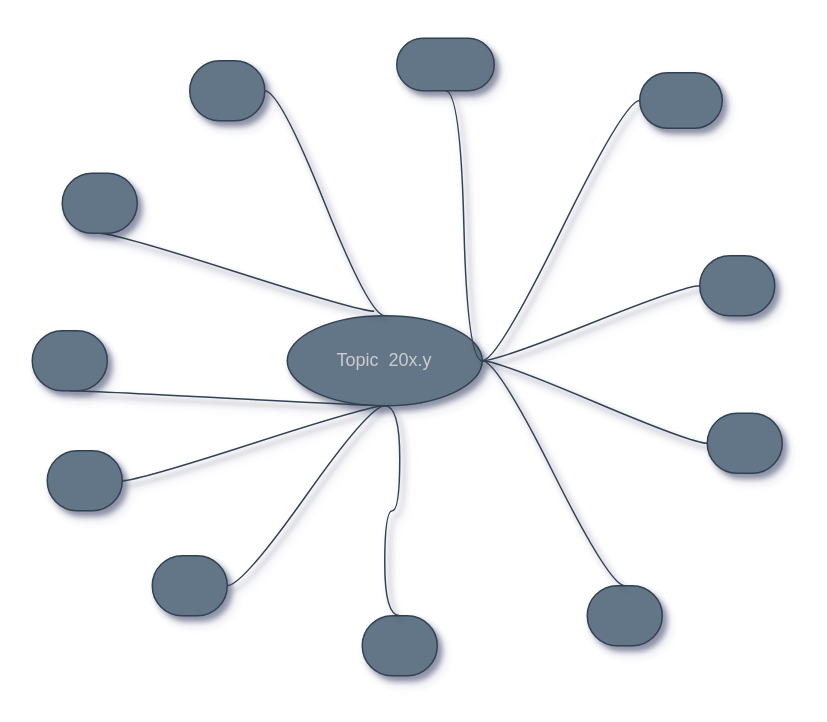
This is MindMaps/mindmap-template.drawio from marcossilvestrini/learning-lpic-2-202-450, a draw.io file, before an edit. Source tidied: cells renumbered, new cells numbered last; positions are measured from the earlier drawing's top-left corner, leaving out a move shared by most shapes. Both pictures are drawn from the tidied source at 150%, with x=0, y=0 at pixel (32, 38).
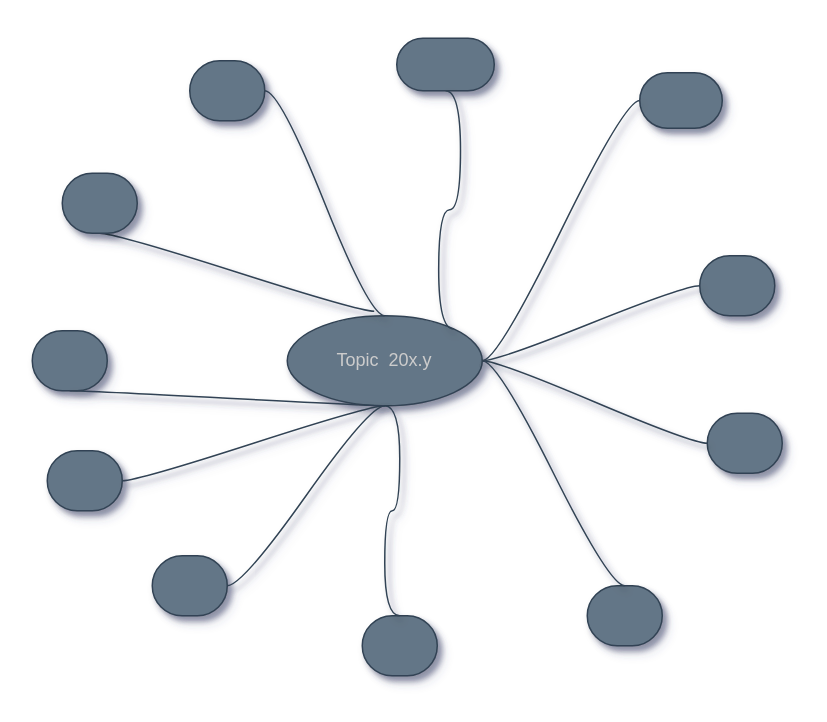
The same page after the edit.

The change refers to these unchanged cells:
```xml
<mxCell id="2" value="Topic&amp;nbsp; 20x.y" style="ellipse;whiteSpace=wrap;html=1;align=center;newEdgeStyle={&quot;edgeStyle&quot;:&quot;entityRelationEdgeStyle&quot;,&quot;startArrow&quot;:&quot;none&quot;,&quot;endArrow&quot;:&quot;none&quot;,&quot;segment&quot;:10,&quot;curved&quot;:1};fillColor=#647687;fontColor=#CCCCCC;strokeColor=#314354;shadow=1;sketch=0;" parent="1" vertex="1">
  <mxGeometry x="170" y="185" width="130" height="60" as="geometry" />
</mxCell>
<mxCell id="5" value="&lt;pre style=&quot;box-sizing: border-box ; font-family: , , &amp;#34;sf mono&amp;#34; , &amp;#34;menlo&amp;#34; , &amp;#34;consolas&amp;#34; , &amp;#34;liberation mono&amp;#34; , monospace ; font-size: 13.6px ; margin-top: 0px ; margin-bottom: 0px ; overflow-wrap: normal ; padding: 16px ; overflow: auto ; line-height: 1.45 ; border-radius: 6px ; word-break: normal ; color: rgb(201 , 209 , 217)&quot;&gt;&lt;br&gt;&lt;/pre&gt;" style="whiteSpace=wrap;html=1;rounded=1;arcSize=50;align=center;verticalAlign=middle;strokeWidth=1;spacing=4;newEdgeStyle={&quot;edgeStyle&quot;:&quot;entityRelationEdgeStyle&quot;,&quot;startArrow&quot;:&quot;none&quot;,&quot;endArrow&quot;:&quot;none&quot;,&quot;segment&quot;:10,&quot;curved&quot;:1};fillColor=#647687;fontColor=#CCCCCC;strokeColor=#314354;shadow=1;sketch=0;" parent="1" vertex="1">
  <mxGeometry x="243" width="65" height="35" as="geometry" />
</mxCell>
```

What changed in the source:
```diff
@@
-    <mxCell id="6" style="edgeStyle=entityRelationEdgeStyle;startArrow=none;endArrow=none;segment=10;curved=1;exitX=1;exitY=0.5;exitDx=0;exitDy=0;fillColor=#647687;strokeColor=#314354;fontColor=#CCCCCC;shadow=1;sketch=0;entryX=0.5;entryY=1;entryDx=0;entryDy=0;" parent="1" edge="1" source="2" target="5">
+    <mxCell id="6" style="edgeStyle=entityRelationEdgeStyle;startArrow=none;endArrow=none;segment=10;curved=1;exitX=1;exitY=0;exitDx=0;exitDy=0;fillColor=#647687;strokeColor=#314354;fontColor=#CCCCCC;shadow=1;sketch=0;entryX=0.5;entryY=1;entryDx=0;entryDy=0;" parent="1" edge="1" source="2" target="5">
       <mxGeometry relative="1" as="geometry" />
     </mxCell>
```
